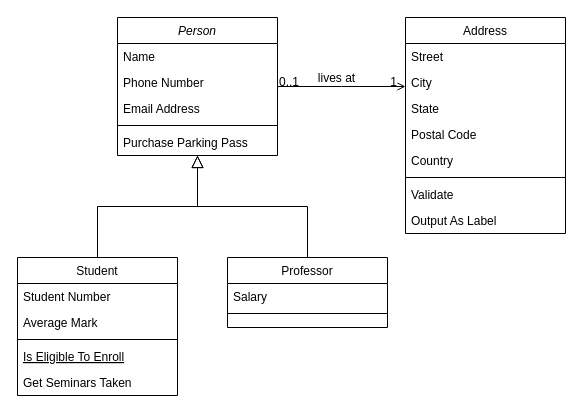
Fitzum/New-repo keeps this draw.io diagram as Client/Untitled Diagram.drawio. Above is the earlier version. Source tidied: cells renumbered, new cells numbered last; positions are measured from the earlier drawing's top-left corner, leaving out a move shared by most shapes. Both pictures are drawn from the tidied source at 100%, with x=0, y=0 at pixel (17, 17).
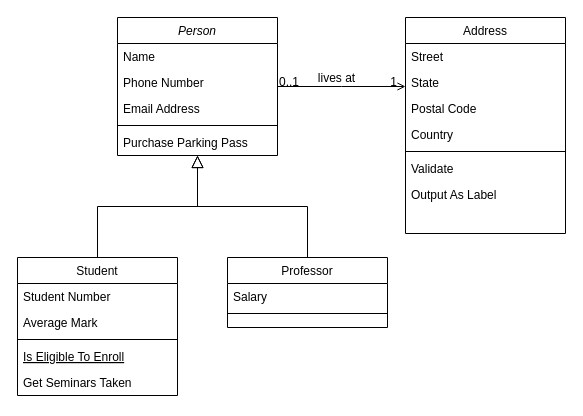
After the change.

Unchanged cells that the change refers to:
```xml
<mxCell id="19" value="Address" style="swimlane;fontStyle=0;align=center;verticalAlign=top;horizontal=1;startSize=26;rounded=0;shadow=0;strokeWidth=1;" parent="1" vertex="1">
  <mxGeometry x="388" width="160" height="216" as="geometry" />
</mxCell>
```

The edit, as a diff of the source:
```diff
@@
-    <mxCell id="21" value="City" style="text;align=left;verticalAlign=top;spacingLeft=4;spacingRight=4;overflow=hidden;rounded=0;shadow=0;html=0;" parent="19" vertex="1">
-      <mxGeometry y="52" width="160" height="26" as="geometry" />
-    </mxCell>
     <mxCell id="22" value="State" style="text;align=left;verticalAlign=top;spacingLeft=4;spacingRight=4;overflow=hidden;rounded=0;shadow=0;html=0;" parent="19" vertex="1">
-      <mxGeometry y="78" width="160" height="26" as="geometry" />
+      <mxGeometry y="52" width="160" height="26" as="geometry" />
     </mxCell>
     <mxCell id="23" value="Postal Code" style="text;align=left;verticalAlign=top;spacingLeft=4;spacingRight=4;overflow=hidden;rounded=0;shadow=0;html=0;" parent="19" vertex="1">
-      <mxGeometry y="104" width="160" height="26" as="geometry" />
+      <mxGeometry y="78" width="160" height="26" as="geometry" />
     </mxCell>
     <mxCell id="24" value="Country" style="text;align=left;verticalAlign=top;spacingLeft=4;spacingRight=4;overflow=hidden;rounded=0;shadow=0;html=0;" parent="19" vertex="1">
-      <mxGeometry y="130" width="160" height="26" as="geometry" />
+      <mxGeometry y="104" width="160" height="26" as="geometry" />
     </mxCell>
     <mxCell id="25" style="line;html=1;strokeWidth=1;align=left;verticalAlign=middle;spacingTop=-1;spacingLeft=3;spacingRight=3;labelPosition=right;" parent="19" vertex="1">
-      <mxGeometry y="156" width="160" height="8" as="geometry" />
+      <mxGeometry y="130" width="160" height="8" as="geometry" />
     </mxCell>
     <mxCell id="26" value="Validate" style="text;align=left;verticalAlign=top;spacingLeft=4;spacingRight=4;overflow=hidden;" parent="19" vertex="1">
-      <mxGeometry y="164" width="160" height="26" as="geometry" />
+      <mxGeometry y="138" width="160" height="26" as="geometry" />
     </mxCell>
     <mxCell id="27" value="Output As Label" style="text;align=left;verticalAlign=top;spacingLeft=4;spacingRight=4;overflow=hidden;" parent="19" vertex="1">
-      <mxGeometry y="190" width="160" height="26" as="geometry" />
+      <mxGeometry y="164" width="160" height="26" as="geometry" />
     </mxCell>
```
